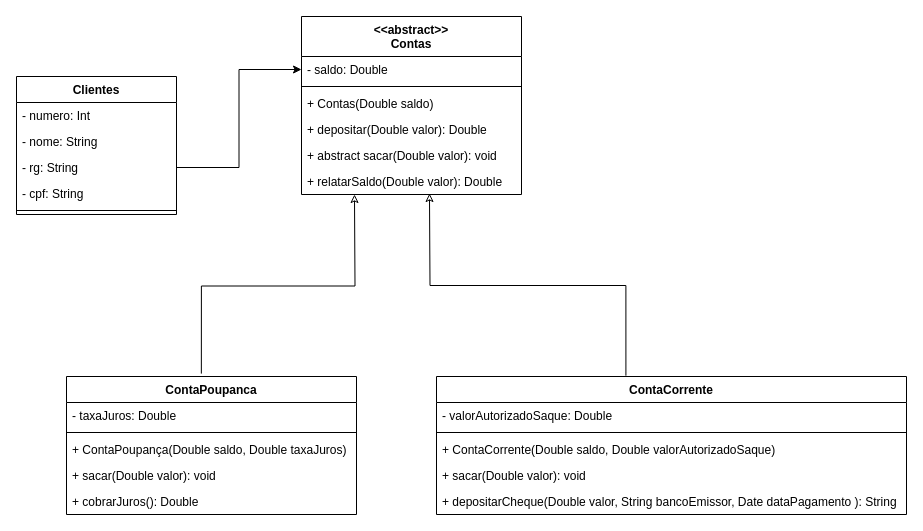
Above: CTD-ProgramacaoOrientadaAObjetos/Relacionamentos-herança-classe-e-metodos-abstratos Diagram.drawio in pcamposaugusto/CTD-2021-Bimestre2 (draw.io), before the change. Source tidied: cells renumbered, new cells numbered last; positions are measured from the earlier drawing's top-left corner, leaving out a move shared by most shapes. Both pictures are drawn from the tidied source at 100%, with x=0, y=0 at pixel (16, 16).
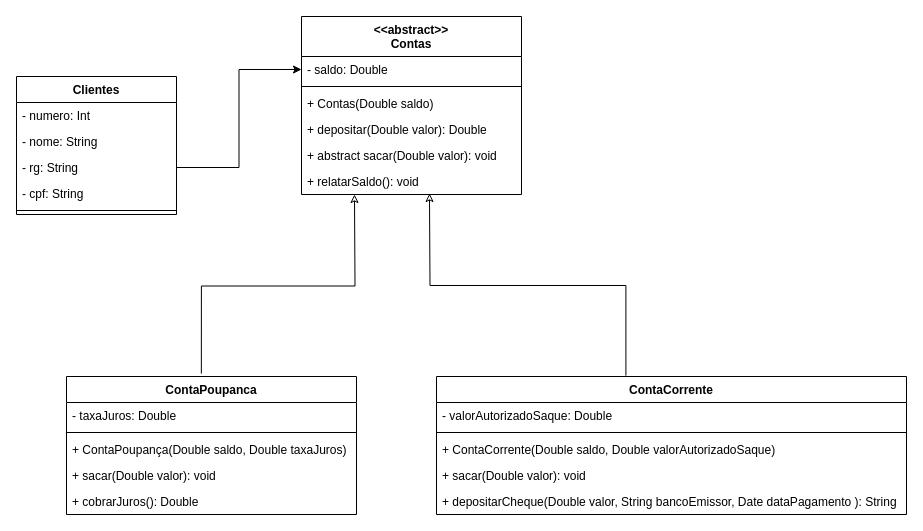
The same diagram, later.

Unchanged cells that the change refers to:
```xml
<mxCell id="16" value="&lt;&lt;abstract&gt;&gt;&#10;Contas" style="swimlane;fontStyle=1;align=center;verticalAlign=top;horizontal=1;startSize=40;" parent="1" vertex="1">
  <mxGeometry x="285" width="220" height="178" as="geometry" />
</mxCell>
```

The edit, as a diff of the source:
```diff
@@
-    <mxCell id="22" value="+ relatarSaldo(Double valor): Double" style="text;strokeColor=none;fillColor=none;align=left;verticalAlign=top;spacingLeft=4;spacingRight=4;overflow=hidden;" parent="16" vertex="1">
+    <mxCell id="22" value="+ relatarSaldo(): void" style="text;strokeColor=none;fillColor=none;align=left;verticalAlign=top;spacingLeft=4;spacingRight=4;overflow=hidden;" parent="16" vertex="1">
       <mxGeometry y="152" width="220" height="26" as="geometry" />
     </mxCell>
```
